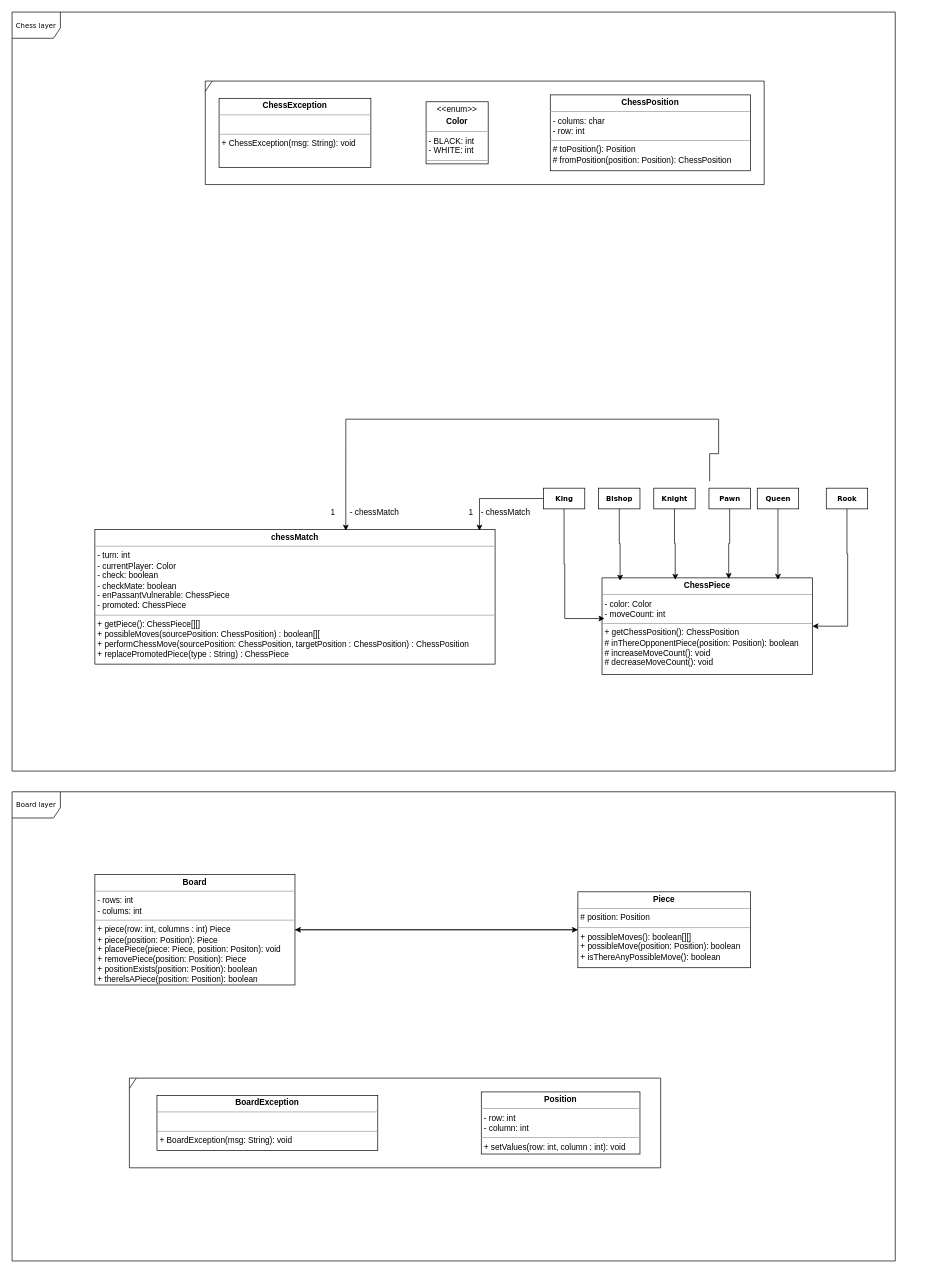
Earlier version of the draw.io diagram src/Diagrama sem nome.drawio (D3snik/chess-system). Source tidied: cells renumbered, new cells numbered last; positions are measured from the earlier drawing's top-left corner, leaving out a move shared by most shapes. Both pictures are drawn from the tidied source at 69%, with x=0, y=0 at pixel (12, 12).
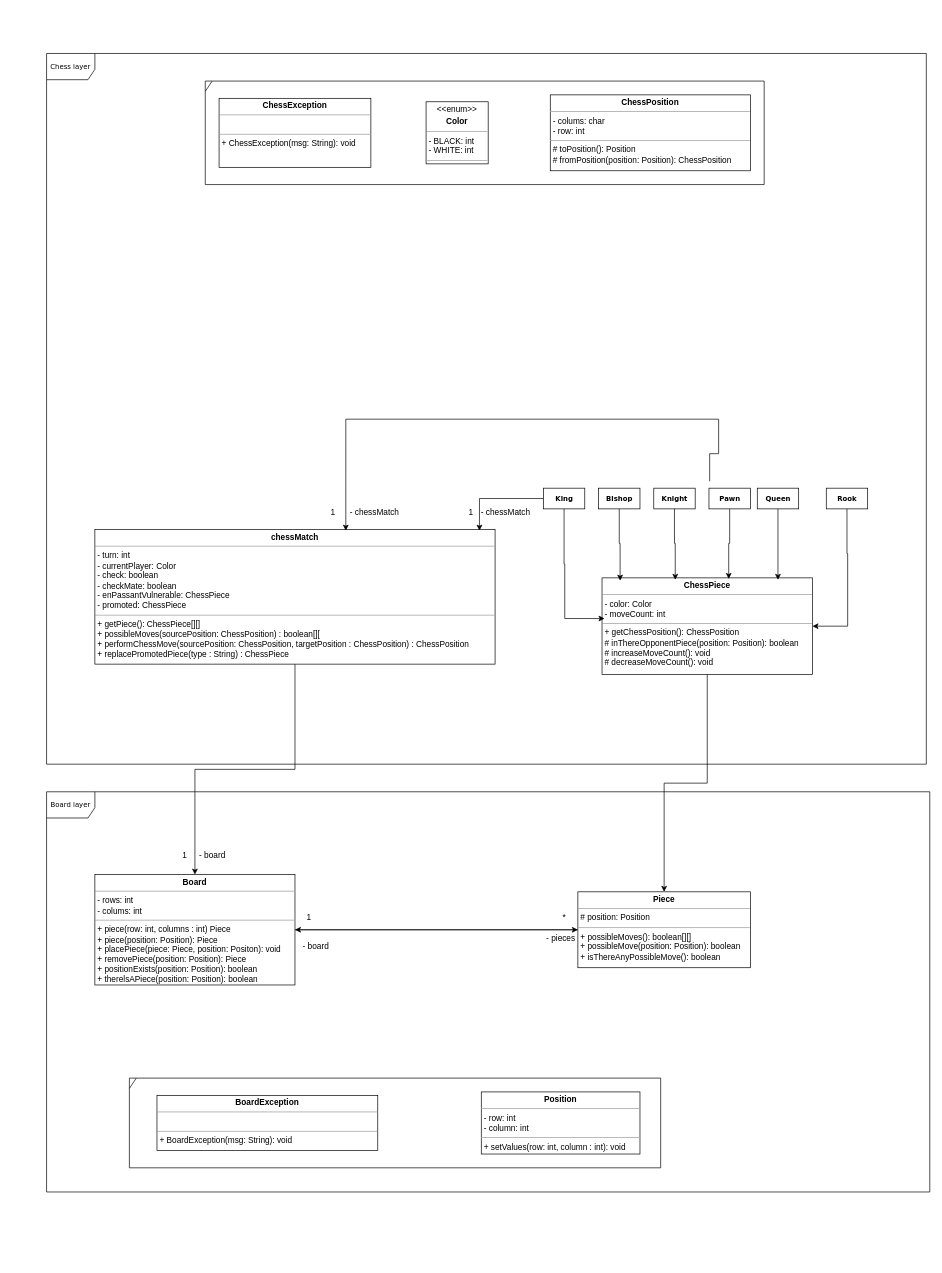
Above is the later version.

Commit message:
Actualizar Diagrama ChessSystem finished.drawio

Unchanged cells that the change refers to:
```xml
<mxCell id="7" value="&lt;p style=&quot;margin:0px;margin-top:4px;text-align:center;&quot;&gt;&lt;b&gt;chessMatch&lt;/b&gt;&lt;/p&gt;&lt;hr size=&quot;1&quot;&gt;&lt;p style=&quot;margin:0px;margin-left:4px;&quot;&gt;- turn: int&lt;br&gt;- currentPlayer: Color&lt;/p&gt;&lt;p style=&quot;margin:0px;margin-left:4px;&quot;&gt;- check: boolean&lt;/p&gt;&lt;p style=&quot;margin:0px;margin-left:4px;&quot;&gt;- checkMate: boolean&lt;/p&gt;&lt;p style=&quot;margin:0px;margin-left:4px;&quot;&gt;- enPassantVulnerable: ChessPiece&lt;/p&gt;&lt;p style=&quot;margin:0px;margin-left:4px;&quot;&gt;- promoted: ChessPiece&lt;/p&gt;&lt;hr size=&quot;1&quot;&gt;&lt;p style=&quot;margin:0px;margin-left:4px;&quot;&gt;+ getPiece(): ChessPiece[][]&lt;br&gt;+ possibleMoves(sourcePosition: ChessPosition) : boolean[][&lt;/p&gt;&lt;p style=&quot;margin:0px;margin-left:4px;&quot;&gt;+ performChessMove&lt;span style=&quot;background-color: initial;&quot;&gt;(sourcePosition: ChessPosition, targetPosition : ChessPosition) : ChessPosition&lt;/span&gt;&lt;/p&gt;&lt;p style=&quot;margin: 0px 0px 0px 4px;&quot;&gt;+ replacePromotedPiece(type : String) : ChessPiece&lt;/p&gt;" style="verticalAlign=top;align=left;overflow=fill;fontSize=12;fontFamily=Helvetica;html=1;rounded=0;shadow=0;comic=0;labelBackgroundColor=none;strokeWidth=1;" parent="1" vertex="1">
  <mxGeometry x="120" y="750" width="580" height="195" as="geometry" />
</mxCell>
<mxCell id="9" value="&lt;p style=&quot;margin:0px;margin-top:4px;text-align:center;&quot;&gt;&lt;b&gt;ChessPiece&lt;/b&gt;&lt;/p&gt;&lt;hr size=&quot;1&quot;&gt;&lt;p style=&quot;margin:0px;margin-left:4px;&quot;&gt;- color: Color&lt;br&gt;- moveCount: int&lt;/p&gt;&lt;hr size=&quot;1&quot;&gt;&lt;p style=&quot;margin:0px;margin-left:4px;&quot;&gt;+ getChessPosition(): ChessPosition&lt;br&gt;# inThereOpponentPiece(position: Position): boolean&lt;/p&gt;&lt;p style=&quot;margin:0px;margin-left:4px;&quot;&gt;# increaseMoveCount(): void&lt;/p&gt;&lt;p style=&quot;margin:0px;margin-left:4px;&quot;&gt;# decreaseMoveCount(): void&lt;/p&gt;" style="verticalAlign=top;align=left;overflow=fill;fontSize=12;fontFamily=Helvetica;html=1;rounded=0;shadow=0;comic=0;labelBackgroundColor=none;strokeWidth=1;" parent="1" vertex="1">
  <mxGeometry x="855" y="820" width="305" height="140" as="geometry" />
</mxCell>
<mxCell id="24" value="&lt;p style=&quot;margin:0px;margin-top:4px;text-align:center;&quot;&gt;&lt;b&gt;Board&lt;/b&gt;&lt;/p&gt;&lt;hr size=&quot;1&quot;&gt;&lt;p style=&quot;margin:0px;margin-left:4px;&quot;&gt;- rows: int&lt;/p&gt;&lt;p style=&quot;margin:0px;margin-left:4px;&quot;&gt;- colums: int&lt;/p&gt;&lt;hr size=&quot;1&quot;&gt;&lt;p style=&quot;margin:0px;margin-left:4px;&quot;&gt;+ piece(row: int, columns : int) Piece&lt;br&gt;+ piece(position: Position): Piece&lt;/p&gt;&lt;p style=&quot;margin:0px;margin-left:4px;&quot;&gt;+ placePiece(piece: Piece, position: Positon): void&lt;/p&gt;&lt;p style=&quot;margin:0px;margin-left:4px;&quot;&gt;+ removePiece(position: Position): Piece&lt;/p&gt;&lt;p style=&quot;margin:0px;margin-left:4px;&quot;&gt;+ positionExists(position: Position): boolean&lt;/p&gt;&lt;p style=&quot;margin:0px;margin-left:4px;&quot;&gt;+ therelsAPiece(position: Position): boolean&lt;/p&gt;" style="verticalAlign=top;align=left;overflow=fill;fontSize=12;fontFamily=Helvetica;html=1;rounded=0;shadow=0;comic=0;labelBackgroundColor=none;strokeWidth=1;" parent="1" vertex="1">
  <mxGeometry x="120" y="1250" width="290" height="160" as="geometry" />
</mxCell>
<mxCell id="26" value="&lt;p style=&quot;margin:0px;margin-top:4px;text-align:center;&quot;&gt;&lt;b&gt;Piece&lt;/b&gt;&lt;/p&gt;&lt;hr size=&quot;1&quot;&gt;&lt;p style=&quot;margin:0px;margin-left:4px;&quot;&gt;# position: Position&lt;/p&gt;&lt;hr size=&quot;1&quot;&gt;&lt;p style=&quot;margin:0px;margin-left:4px;&quot;&gt;+ possibleMoves(): boolean[][]&lt;br&gt;+ possibleMove(position: Position): boolean&lt;/p&gt;&lt;p style=&quot;margin:0px;margin-left:4px;&quot;&gt;+ isThereAnyPossibleMove(): boolean&lt;/p&gt;" style="verticalAlign=top;align=left;overflow=fill;fontSize=12;fontFamily=Helvetica;html=1;rounded=0;shadow=0;comic=0;labelBackgroundColor=none;strokeWidth=1;" parent="1" vertex="1">
  <mxGeometry x="820" y="1275" width="250" height="110" as="geometry" />
</mxCell>
```

Diff of the diagram source:
```diff
@@
+    <mxCell id="35" style="edgeStyle=orthogonalEdgeStyle;rounded=0;jettySize=auto;html=1;entryX=0.5;entryY=0;entryDx=0;entryDy=0;fontFamily=Helvetica;fontSize=12;fontColor=default;" parent="1" edge="1" source="7" target="24">
+      <mxGeometry relative="1" as="geometry" />
+    </mxCell>
@@
     <mxCell id="8" value="Board layer" style="shape=umlFrame;whiteSpace=wrap;html=1;rounded=0;shadow=0;comic=0;labelBackgroundColor=none;strokeWidth=1;fontFamily=Verdana;fontSize=10;align=center;width=70;height=38;" parent="1" vertex="1">
-      <mxGeometry y="1130" width="1280" height="680" as="geometry" />
+      <mxGeometry x="50" y="1130" width="1280" height="580" as="geometry" />
     </mxCell>
+    <mxCell id="36" style="edgeStyle=orthogonalEdgeStyle;rounded=0;jettySize=auto;html=1;entryX=0.5;entryY=0;entryDx=0;entryDy=0;fontFamily=Helvetica;fontSize=12;fontColor=default;" parent="1" edge="1" source="9" target="26">
+      <mxGeometry relative="1" as="geometry" />
+    </mxCell>
@@
     <mxCell id="30" value="Chess layer" style="shape=umlFrame;whiteSpace=wrap;html=1;rounded=0;shadow=0;comic=0;labelBackgroundColor=none;strokeWidth=1;fontFamily=Verdana;fontSize=10;align=center;width=70;height=38;" parent="1" vertex="1">
-      <mxGeometry width="1280" height="1100" as="geometry" />
+      <mxGeometry x="50" y="60" width="1275" height="1030" as="geometry" />
     </mxCell>
@@
+    <mxCell id="37" value="-&amp;nbsp;&lt;span style=&quot;background-color: initial;&quot;&gt;board&lt;/span&gt;" style="text;html=1;align=center;verticalAlign=middle;strokeColor=none;fillColor=none;fontFamily=Helvetica;fontSize=12;fontColor=default;" parent="1" vertex="1">
+      <mxGeometry x="260" y="1208" width="60" height="30" as="geometry" />
+    </mxCell>
+    <mxCell id="38" value="1" style="text;html=1;align=center;verticalAlign=middle;strokeColor=none;fillColor=none;fontFamily=Helvetica;fontSize=12;fontColor=default;" parent="1" vertex="1">
+      <mxGeometry x="235" y="1208" width="30" height="30" as="geometry" />
+    </mxCell>
+    <mxCell id="39" value="1" style="text;html=1;align=center;verticalAlign=middle;strokeColor=none;fillColor=none;fontFamily=Helvetica;fontSize=12;fontColor=default;" parent="1" vertex="1">
+      <mxGeometry x="415" y="1298" width="30" height="30" as="geometry" />
+    </mxCell>
+    <mxCell id="40" value="- board" style="text;html=1;align=center;verticalAlign=middle;strokeColor=none;fillColor=none;fontFamily=Helvetica;fontSize=12;fontColor=default;" parent="1" vertex="1">
+      <mxGeometry x="410" y="1340" width="60" height="30" as="geometry" />
+    </mxCell>
+    <mxCell id="41" value="*" style="text;html=1;align=center;verticalAlign=middle;strokeColor=none;fillColor=none;fontFamily=Helvetica;fontSize=12;fontColor=default;" parent="1" vertex="1">
+      <mxGeometry x="785" y="1298" width="30" height="30" as="geometry" />
+    </mxCell>
+    <mxCell id="42" value="- pieces" style="text;html=1;align=center;verticalAlign=middle;strokeColor=none;fillColor=none;fontFamily=Helvetica;fontSize=12;fontColor=default;" parent="1" vertex="1">
+      <mxGeometry x="760" y="1328" width="70" height="30" as="geometry" />
+    </mxCell>
```
